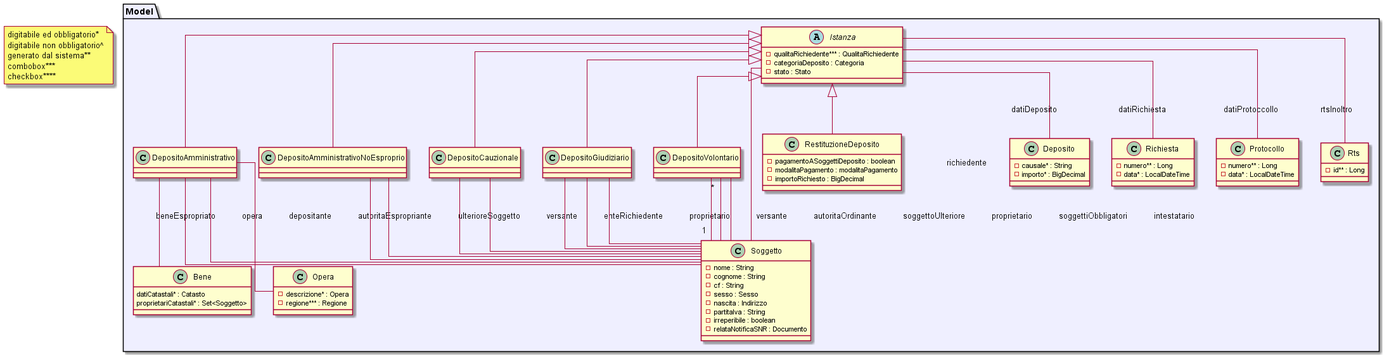
Earlier version of the PlantUML export z-uml/entities-diagram.png (Tiberio-B/inserimento-istanze-service). Source of this version:
```plantuml
@startuml
skinparam linetype ortho


	note as legenda
		digitabile ed obbligatorio*
		digitabile non obbligatorio^
		generato dal sistema**
		combobox***
		checkbox****
	end note


package "Model" as mod #Motivation {

		abstract class Istanza {
			- qualitaRichiedente*** : QualitaRichiedente
			- categoriaDeposito : Categoria
			- stato : Stato
		}

		class DepositoAmministrativo extends Istanza
		class DepositoAmministrativoNoEsproprio extends Istanza
		class DepositoCauzionale extends Istanza
		class DepositoGiudiziario extends Istanza
		class DepositoVolontario extends Istanza

		class RestituzioneDeposito extends Istanza {
			- pagamentoASoggettiDeposito : boolean
			- modalitaPagamento : modalitaPagamento
			- importoRichiesto : BigDecimal
		}

		class Soggetto {
			- nome : String
			- cognome : String
			- cf : String
			- sesso : Sesso
			- nascita : Indirizzo
			- partitaIva : String
			- irreperibile : boolean
			- relataNotificaSNR : Documento
		}

		class Deposito {
			- causale* : String
			- importo* : BigDecimal
		}

		class Richiesta {
			- numero** : Long
			- data* : LocalDateTime
		}
		class Protocollo {
			- numero** : Long
			- data* : LocalDateTime
		}
		class Rts {
			- id** : Long
		}

		class Opera {
			- descrizione* : Opera
			- regione*** : Regione
		}

		class Bene {
			datiCatastali* : Catasto
			proprietariCatastali* : Set<Soggetto>
		}

}



		Istanza -- Richiesta : datiRichiesta
		Istanza -- Protocollo : datiProtoccollo
		Istanza -- Deposito : datiDeposito
		Istanza -- Soggetto : richiedente
		Istanza -- Rts : rtsInoltro


		DepositoAmministrativo -- Soggetto : depositante
		DepositoAmministrativo -- Soggetto : autoritaEspropriante
		DepositoAmministrativo -- Opera : opera
		DepositoAmministrativo -- Bene : beneEspropriato


		DepositoAmministrativoNoEsproprio -- Soggetto : versante
		DepositoAmministrativoNoEsproprio -- Soggetto : ulterioreSoggetto


		DepositoCauzionale -- Soggetto : proprietario
		DepositoCauzionale -- Soggetto : enteRichiedente


		DepositoGiudiziario -- Soggetto : versante
		DepositoGiudiziario -- Soggetto : autoritaOrdinante
		DepositoGiudiziario -- Soggetto : soggettoUlteriore


		DepositoVolontario -- Soggetto : proprietario


		DepositoVolontario "*" -- "1" Soggetto : soggettiObbligatori
		DepositoVolontario -- Soggetto : intestatario

@enduml
```
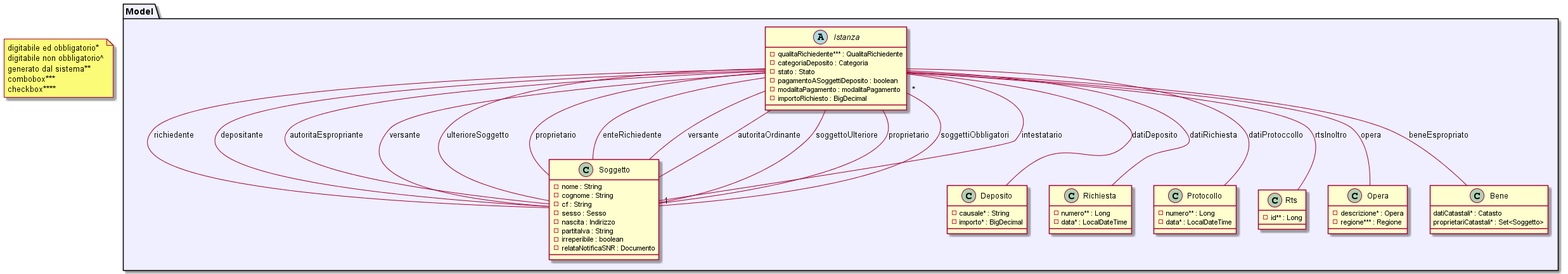
Later version of the same file.

Commit message:
uml updated + refactoring

Change to the diagram source:
```diff
@@ -1,5 +1,4 @@
 @startuml
-skinparam linetype ortho
 
 
 	note as legenda
@@ -17,15 +16,6 @@
 			- qualitaRichiedente*** : QualitaRichiedente
 			- categoriaDeposito : Categoria
 			- stato : Stato
-		}
-
-		class DepositoAmministrativo extends Istanza
-		class DepositoAmministrativoNoEsproprio extends Istanza
-		class DepositoCauzionale extends Istanza
-		class DepositoGiudiziario extends Istanza
-		class DepositoVolontario extends Istanza
-
-		class RestituzioneDeposito extends Istanza {
 			- pagamentoASoggettiDeposito : boolean
 			- modalitaPagamento : modalitaPagamento
 			- importoRichiesto : BigDecimal
@@ -80,29 +70,29 @@
 		Istanza -- Rts : rtsInoltro
 
 
-		DepositoAmministrativo -- Soggetto : depositante
-		DepositoAmministrativo -- Soggetto : autoritaEspropriante
-		DepositoAmministrativo -- Opera : opera
-		DepositoAmministrativo -- Bene : beneEspropriato
+		Istanza -- Soggetto : depositante
+		Istanza -- Soggetto : autoritaEspropriante
+		Istanza -- Opera : opera
+		Istanza -- Bene : beneEspropriato
 
 
-		DepositoAmministrativoNoEsproprio -- Soggetto : versante
-		DepositoAmministrativoNoEsproprio -- Soggetto : ulterioreSoggetto
+		Istanza -- Soggetto : versante
+		Istanza -- Soggetto : ulterioreSoggetto
 
 
-		DepositoCauzionale -- Soggetto : proprietario
-		DepositoCauzionale -- Soggetto : enteRichiedente
+		Istanza -- Soggetto : proprietario
+		Istanza -- Soggetto : enteRichiedente
 
 
-		DepositoGiudiziario -- Soggetto : versante
-		DepositoGiudiziario -- Soggetto : autoritaOrdinante
-		DepositoGiudiziario -- Soggetto : soggettoUlteriore
+		Istanza -- Soggetto : versante
+		Istanza -- Soggetto : autoritaOrdinante
+		Istanza -- Soggetto : soggettoUlteriore
 
 
-		DepositoVolontario -- Soggetto : proprietario
+		Istanza -- Soggetto : proprietario
 
 
-		DepositoVolontario "*" -- "1" Soggetto : soggettiObbligatori
-		DepositoVolontario -- Soggetto : intestatario
+		Istanza "*" -- "1" Soggetto : soggettiObbligatori
+		Istanza -- Soggetto : intestatario
 
 @enduml
```
